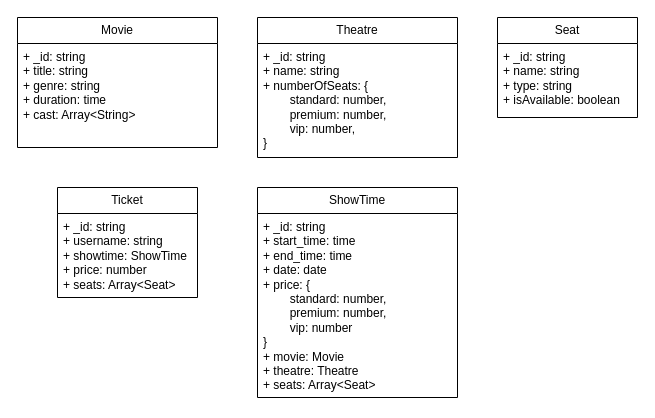
The draw.io diagram uml/ticket-tango.drawio in MyoMyatMin/ticket-tango, before the edit. Source tidied: cells renumbered, new cells numbered last; positions are measured from the earlier drawing's top-left corner, leaving out a move shared by most shapes. Both pictures are drawn from the tidied source at 100%, with x=0, y=0 at pixel (17, 17).
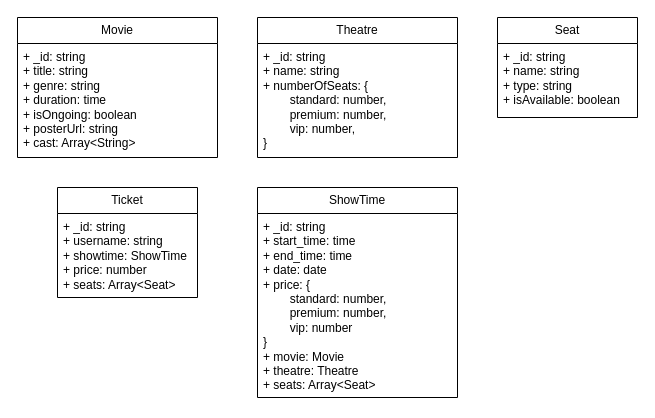
The same page after the edit.

The edit, as a diff of the source:
```diff
@@
 <mxGraphModel>
   <root>
     <mxCell id="0" />
     <mxCell id="1" parent="0" />
     <mxCell id="2" value="Seat" style="swimlane;fontStyle=0;horizontal=1;startSize=26;fillColor=none;whiteSpace=wrap;html=1;" parent="1" vertex="1">
       <mxGeometry x="480" width="140" height="100" as="geometry" />
     </mxCell>
     <mxCell id="3" value="+ _id: string&lt;div&gt;+ name: string&lt;/div&gt;&lt;div&gt;+ type: string&lt;/div&gt;&lt;div&gt;+ isAvailable: boolean&lt;/div&gt;" style="text;strokeColor=none;fillColor=none;align=left;verticalAlign=top;spacingLeft=4;spacingRight=4;overflow=hidden;whiteSpace=wrap;html=1;" parent="2" vertex="1">
       <mxGeometry y="26" width="140" height="74" as="geometry" />
     </mxCell>
     <mxCell id="4" value="Theatre" style="swimlane;fontStyle=0;horizontal=1;startSize=26;fillColor=none;whiteSpace=wrap;html=1;" parent="1" vertex="1">
       <mxGeometry x="240" width="200" height="140" as="geometry" />
     </mxCell>
     <mxCell id="5" value="+ _id: string&lt;div&gt;+ name: string&lt;/div&gt;&lt;div&gt;+ numberOfSeats: {&amp;nbsp;&lt;/div&gt;&lt;div&gt;&lt;span style=&quot;white-space: pre;&quot;&gt;&#9;&lt;/span&gt;standard: number,&lt;br&gt;&lt;/div&gt;&lt;div&gt;&lt;span style=&quot;white-space: pre;&quot;&gt;&#9;&lt;/span&gt;premium: number,&lt;br&gt;&lt;/div&gt;&lt;div&gt;&lt;span style=&quot;white-space: pre;&quot;&gt;&#9;&lt;/span&gt;vip: number,&lt;br&gt;&lt;/div&gt;&lt;div&gt;}&lt;/div&gt;" style="text;strokeColor=none;fillColor=none;align=left;verticalAlign=top;spacingLeft=4;spacingRight=4;overflow=hidden;whiteSpace=wrap;html=1;" parent="4" vertex="1">
       <mxGeometry y="26" width="200" height="114" as="geometry" />
     </mxCell>
     <mxCell id="6" value="Ticket" style="swimlane;fontStyle=0;horizontal=1;startSize=26;fillColor=none;whiteSpace=wrap;html=1;" parent="1" vertex="1">
       <mxGeometry x="40" y="170" width="140" height="110" as="geometry" />
     </mxCell>
     <mxCell id="7" value="+ _id: string&lt;div&gt;+ username: string&lt;/div&gt;&lt;div&gt;+ showtime: ShowTime&lt;/div&gt;&lt;div&gt;+ price: number&lt;/div&gt;&lt;div&gt;+ seats: Array&amp;lt;Seat&amp;gt;&lt;/div&gt;" style="text;strokeColor=none;fillColor=none;align=left;verticalAlign=top;spacingLeft=4;spacingRight=4;overflow=hidden;whiteSpace=wrap;html=1;" parent="6" vertex="1">
       <mxGeometry y="26" width="140" height="84" as="geometry" />
     </mxCell>
     <mxCell id="8" value="Movie" style="swimlane;fontStyle=0;horizontal=1;startSize=26;fillColor=none;whiteSpace=wrap;html=1;" parent="1" vertex="1">
-      <mxGeometry width="200" height="130" as="geometry" />
+      <mxGeometry width="200" height="140" as="geometry" />
     </mxCell>
-    <mxCell id="9" value="+ _id: string&lt;div&gt;+ title: string&lt;/div&gt;&lt;div&gt;+ genre: string&lt;/div&gt;&lt;div&gt;+ duration: time&lt;/div&gt;&lt;div&gt;+ cast: Array&amp;lt;String&amp;gt;&lt;/div&gt;" style="text;strokeColor=none;fillColor=none;align=left;verticalAlign=top;spacingLeft=4;spacingRight=4;overflow=hidden;whiteSpace=wrap;html=1;" parent="8" vertex="1">
-      <mxGeometry y="26" width="200" height="104" as="geometry" />
+    <mxCell id="9" value="+ _id: string&lt;div&gt;+ title: string&lt;/div&gt;&lt;div&gt;+ genre: string&lt;/div&gt;&lt;div&gt;+ duration: time&lt;/div&gt;&lt;div&gt;+ isOngoing: boolean&lt;/div&gt;&lt;div&gt;+ posterUrl: string&lt;/div&gt;&lt;div&gt;+ cast: Array&amp;lt;String&amp;gt;&lt;/div&gt;" style="text;strokeColor=none;fillColor=none;align=left;verticalAlign=top;spacingLeft=4;spacingRight=4;overflow=hidden;whiteSpace=wrap;html=1;" parent="8" vertex="1">
+      <mxGeometry y="26" width="200" height="114" as="geometry" />
     </mxCell>
     <mxCell id="10" value="ShowTime" style="swimlane;fontStyle=0;horizontal=1;startSize=26;fillColor=none;whiteSpace=wrap;html=1;" parent="1" vertex="1">
       <mxGeometry x="240" y="170" width="200" height="210" as="geometry" />
     </mxCell>
     <mxCell id="11" value="+ _id: string&lt;div&gt;&lt;span style=&quot;background-color: initial;&quot;&gt;+ start_time: time&lt;/span&gt;&lt;div&gt;+ end_time: time&lt;/div&gt;&lt;div&gt;&lt;span style=&quot;background-color: initial;&quot;&gt;+ date: date&lt;/span&gt;&lt;/div&gt;&lt;div&gt;&lt;span style=&quot;background-color: initial;&quot;&gt;+ price: {&lt;/span&gt;&lt;/div&gt;&lt;div&gt;&lt;span style=&quot;background-color: initial;&quot;&gt;&lt;span style=&quot;white-space: pre;&quot;&gt;&#9;&lt;/span&gt;standard: number,&lt;br&gt;&lt;/span&gt;&lt;/div&gt;&lt;div&gt;&lt;span style=&quot;background-color: initial;&quot;&gt;&lt;span style=&quot;white-space: pre;&quot;&gt;&#9;&lt;/span&gt;premium: number,&lt;br&gt;&lt;/span&gt;&lt;/div&gt;&lt;div&gt;&lt;span style=&quot;background-color: initial;&quot;&gt;&lt;span style=&quot;white-space: pre;&quot;&gt;&#9;&lt;/span&gt;vip: number&lt;br&gt;&lt;/span&gt;&lt;/div&gt;&lt;div&gt;&lt;span style=&quot;background-color: initial;&quot;&gt;}&lt;/span&gt;&lt;/div&gt;&lt;div&gt;&lt;span style=&quot;background-color: initial;&quot;&gt;+ movie: Movie&lt;/span&gt;&lt;br&gt;&lt;/div&gt;&lt;div&gt;&lt;div&gt;+ theatre: Theatre&lt;/div&gt;&lt;/div&gt;&lt;div&gt;&lt;span style=&quot;background-color: initial;&quot;&gt;+ seats: Array&amp;lt;Seat&amp;gt;&lt;/span&gt;&lt;br&gt;&lt;/div&gt;&lt;/div&gt;" style="text;strokeColor=none;fillColor=none;align=left;verticalAlign=top;spacingLeft=4;spacingRight=4;overflow=hidden;whiteSpace=wrap;html=1;" parent="10" vertex="1">
       <mxGeometry y="26" width="200" height="184" as="geometry" />
     </mxCell>
   </root>
 </mxGraphModel>
```
